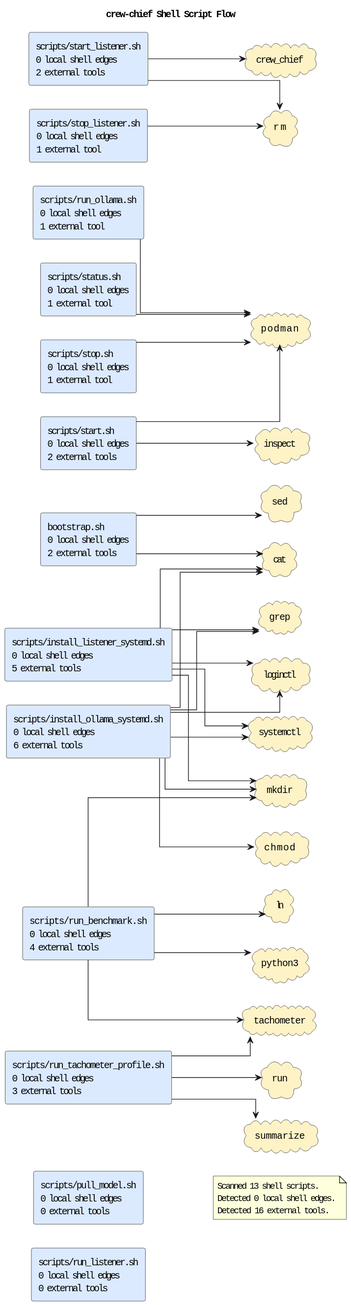
Before: docs/diagrams/shell-call-graph.puml.svg, a diagram exported from PlantUML (casonk/crew-chief).
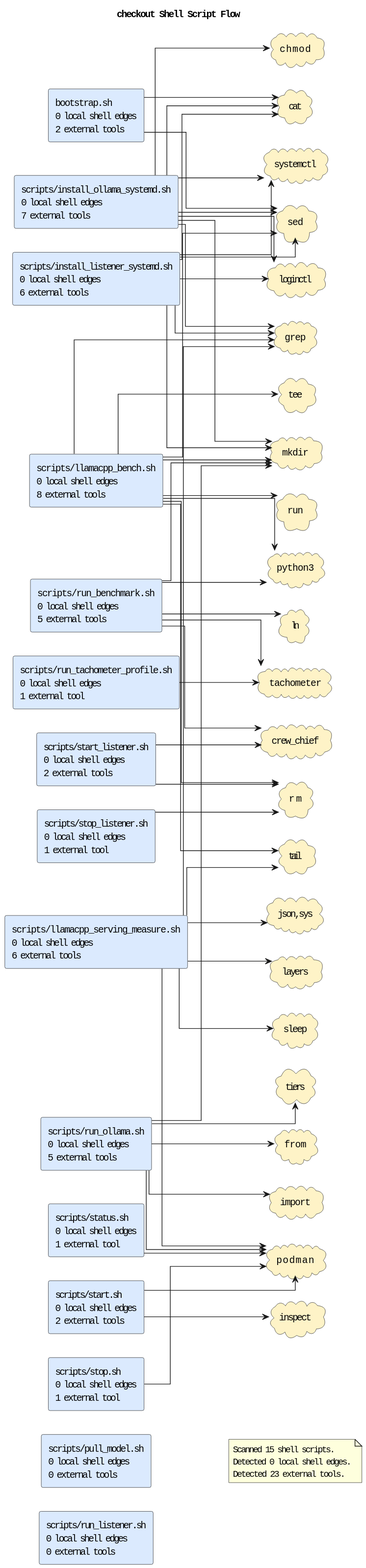
Above is the later version.

What changed in the source:
```diff
@@ -1,18 +1,20 @@
 @startuml
-title crew-chief Shell Script Flow
+title checkout Shell Script Flow
 left to right direction
 skinparam shadowing false
 skinparam defaultFontName Monospace
 skinparam componentStyle rectangle
 skinparam linetype ortho
 rectangle "bootstrap.sh\n0 local shell edges\n2 external tools" as shell_bootstrap_sh #DBEAFE
-rectangle "scripts/install_listener_systemd.sh\n0 local shell edges\n5 external tools" as shell_scripts_install_listener_systemd_sh #DBEAFE
-rectangle "scripts/install_ollama_systemd.sh\n0 local shell edges\n6 external tools" as shell_scripts_install_ollama_systemd_sh #DBEAFE
+rectangle "scripts/install_listener_systemd.sh\n0 local shell edges\n6 external tools" as shell_scripts_install_listener_systemd_sh #DBEAFE
+rectangle "scripts/install_ollama_systemd.sh\n0 local shell edges\n7 external tools" as shell_scripts_install_ollama_systemd_sh #DBEAFE
+rectangle "scripts/llamacpp_bench.sh\n0 local shell edges\n8 external tools" as shell_scripts_llamacpp_bench_sh #DBEAFE
+rectangle "scripts/llamacpp_serving_measure.sh\n0 local shell edges\n6 external tools" as shell_scripts_llamacpp_serving_measure_sh #DBEAFE
 rectangle "scripts/pull_model.sh\n0 local shell edges\n0 external tools" as shell_scripts_pull_model_sh #DBEAFE
-rectangle "scripts/run_benchmark.sh\n0 local shell edges\n4 external tools" as shell_scripts_run_benchmark_sh #DBEAFE
+rectangle "scripts/run_benchmark.sh\n0 local shell edges\n5 external tools" as shell_scripts_run_benchmark_sh #DBEAFE
 rectangle "scripts/run_listener.sh\n0 local shell edges\n0 external tools" as shell_scripts_run_listener_sh #DBEAFE
-rectangle "scripts/run_ollama.sh\n0 local shell edges\n1 external tool" as shell_scripts_run_ollama_sh #DBEAFE
-rectangle "scripts/run_tachometer_profile.sh\n0 local shell edges\n3 external tools" as shell_scripts_run_tachometer_profile_sh #DBEAFE
+rectangle "scripts/run_ollama.sh\n0 local shell edges\n5 external tools" as shell_scripts_run_ollama_sh #DBEAFE
+rectangle "scripts/run_tachometer_profile.sh\n0 local shell edges\n1 external tool" as shell_scripts_run_tachometer_profile_sh #DBEAFE
 rectangle "scripts/start.sh\n0 local shell edges\n2 external tools" as shell_scripts_start_sh #DBEAFE
 rectangle "scripts/start_listener.sh\n0 local shell edges\n2 external tools" as shell_scripts_start_listener_sh #DBEAFE
 rectangle "scripts/status.sh\n0 local shell edges\n1 external tool" as shell_scripts_status_sh #DBEAFE
@@ -21,8 +23,12 @@
 cloud "cat" as tool_cat #FEF3C7
 cloud "chmod" as tool_chmod #FEF3C7
 cloud "crew_chief" as tool_crew_chief #FEF3C7
+cloud "from" as tool_from #FEF3C7
 cloud "grep" as tool_grep #FEF3C7
+cloud "import" as tool_import #FEF3C7
 cloud "inspect" as tool_inspect #FEF3C7
+cloud "json,sys" as tool_json_sys #FEF3C7
+cloud "layers" as tool_layers #FEF3C7
 cloud "ln" as tool_ln #FEF3C7
 cloud "loginctl" as tool_loginctl #FEF3C7
 cloud "mkdir" as tool_mkdir #FEF3C7
@@ -31,29 +37,51 @@
 cloud "rm" as tool_rm #FEF3C7
 cloud "run" as tool_run #FEF3C7
 cloud "sed" as tool_sed #FEF3C7
-cloud "summarize" as tool_summarize #FEF3C7
+cloud "sleep" as tool_sleep #FEF3C7
 cloud "systemctl" as tool_systemctl #FEF3C7
 cloud "tachometer" as tool_tachometer #FEF3C7
+cloud "tail" as tool_tail #FEF3C7
+cloud "tee" as tool_tee #FEF3C7
+cloud "tiers" as tool_tiers #FEF3C7
 shell_bootstrap_sh --> tool_cat
 shell_bootstrap_sh --> tool_sed
 shell_scripts_install_listener_systemd_sh --> tool_cat
 shell_scripts_install_listener_systemd_sh --> tool_grep
 shell_scripts_install_listener_systemd_sh --> tool_loginctl
 shell_scripts_install_listener_systemd_sh --> tool_mkdir
+shell_scripts_install_listener_systemd_sh --> tool_sed
 shell_scripts_install_listener_systemd_sh --> tool_systemctl
 shell_scripts_install_ollama_systemd_sh --> tool_cat
 shell_scripts_install_ollama_systemd_sh --> tool_chmod
 shell_scripts_install_ollama_systemd_sh --> tool_grep
 shell_scripts_install_ollama_systemd_sh --> tool_loginctl
 shell_scripts_install_ollama_systemd_sh --> tool_mkdir
+shell_scripts_install_ollama_systemd_sh --> tool_sed
 shell_scripts_install_ollama_systemd_sh --> tool_systemctl
+shell_scripts_llamacpp_bench_sh --> tool_grep
+shell_scripts_llamacpp_bench_sh --> tool_mkdir
+shell_scripts_llamacpp_bench_sh --> tool_python3
+shell_scripts_llamacpp_bench_sh --> tool_rm
+shell_scripts_llamacpp_bench_sh --> tool_run
+shell_scripts_llamacpp_bench_sh --> tool_sed
+shell_scripts_llamacpp_bench_sh --> tool_tail
+shell_scripts_llamacpp_bench_sh --> tool_tee
+shell_scripts_llamacpp_serving_measure_sh --> tool_grep
+shell_scripts_llamacpp_serving_measure_sh --> tool_json_sys
+shell_scripts_llamacpp_serving_measure_sh --> tool_layers
+shell_scripts_llamacpp_serving_measure_sh --> tool_podman
+shell_scripts_llamacpp_serving_measure_sh --> tool_sleep
+shell_scripts_llamacpp_serving_measure_sh --> tool_tail
+shell_scripts_run_benchmark_sh --> tool_crew_chief
 shell_scripts_run_benchmark_sh --> tool_ln
 shell_scripts_run_benchmark_sh --> tool_mkdir
 shell_scripts_run_benchmark_sh --> tool_python3
 shell_scripts_run_benchmark_sh --> tool_tachometer
+shell_scripts_run_ollama_sh --> tool_from
+shell_scripts_run_ollama_sh --> tool_import
+shell_scripts_run_ollama_sh --> tool_mkdir
 shell_scripts_run_ollama_sh --> tool_podman
-shell_scripts_run_tachometer_profile_sh --> tool_run
-shell_scripts_run_tachometer_profile_sh --> tool_summarize
+shell_scripts_run_ollama_sh --> tool_tiers
 shell_scripts_run_tachometer_profile_sh --> tool_tachometer
 shell_scripts_start_listener_sh --> tool_crew_chief
 shell_scripts_start_listener_sh --> tool_rm
@@ -63,8 +91,8 @@
 shell_scripts_stop_listener_sh --> tool_rm
 shell_scripts_stop_sh --> tool_podman
 note as shellGraphSummary
-Scanned 13 shell scripts.
+Scanned 15 shell scripts.
 Detected 0 local shell edges.
-Detected 16 external tools.
+Detected 23 external tools.
 end note
 @enduml
```
